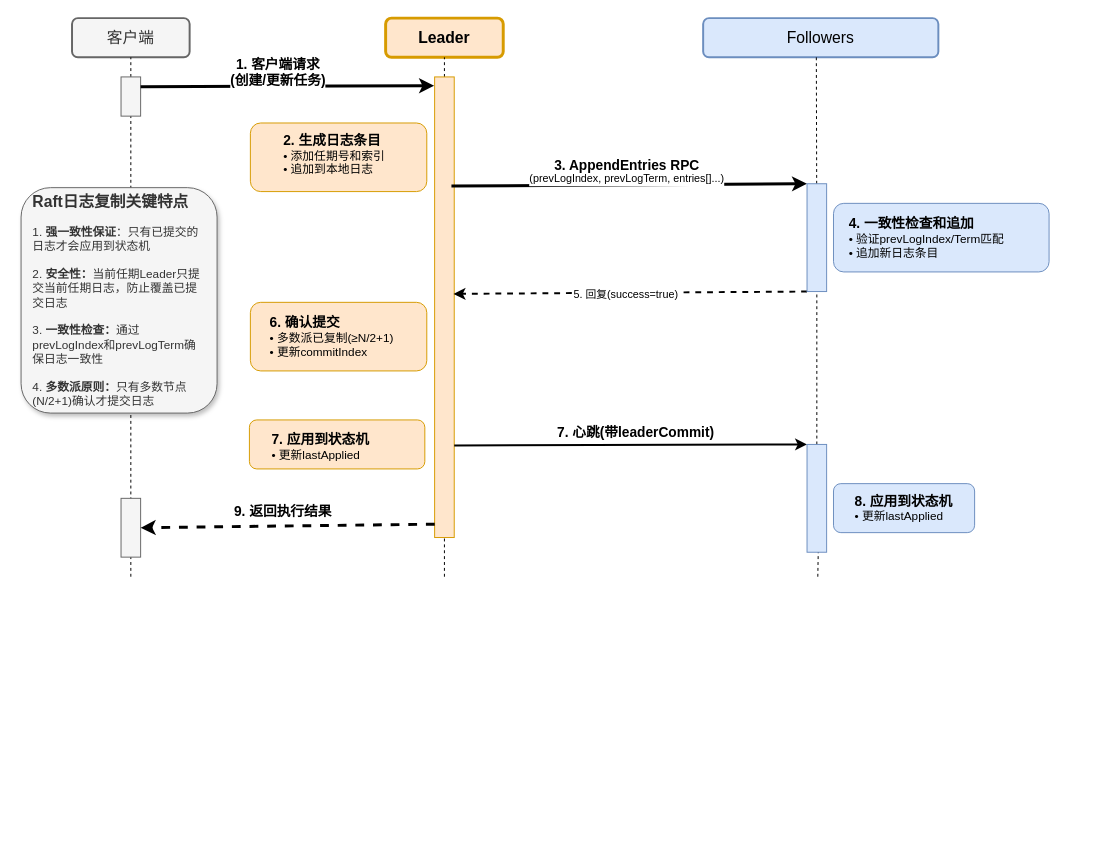
hanzug/draw.io keeps this draw.io diagram as projects/raft日志复制.drawio. Above is the earlier version. Source tidied: cells renumbered, new cells numbered last; positions are measured from the earlier drawing's top-left corner, leaving out a move shared by most shapes. Both pictures are drawn from the tidied source at 98%, with x=0, y=0 at pixel (21, 18).
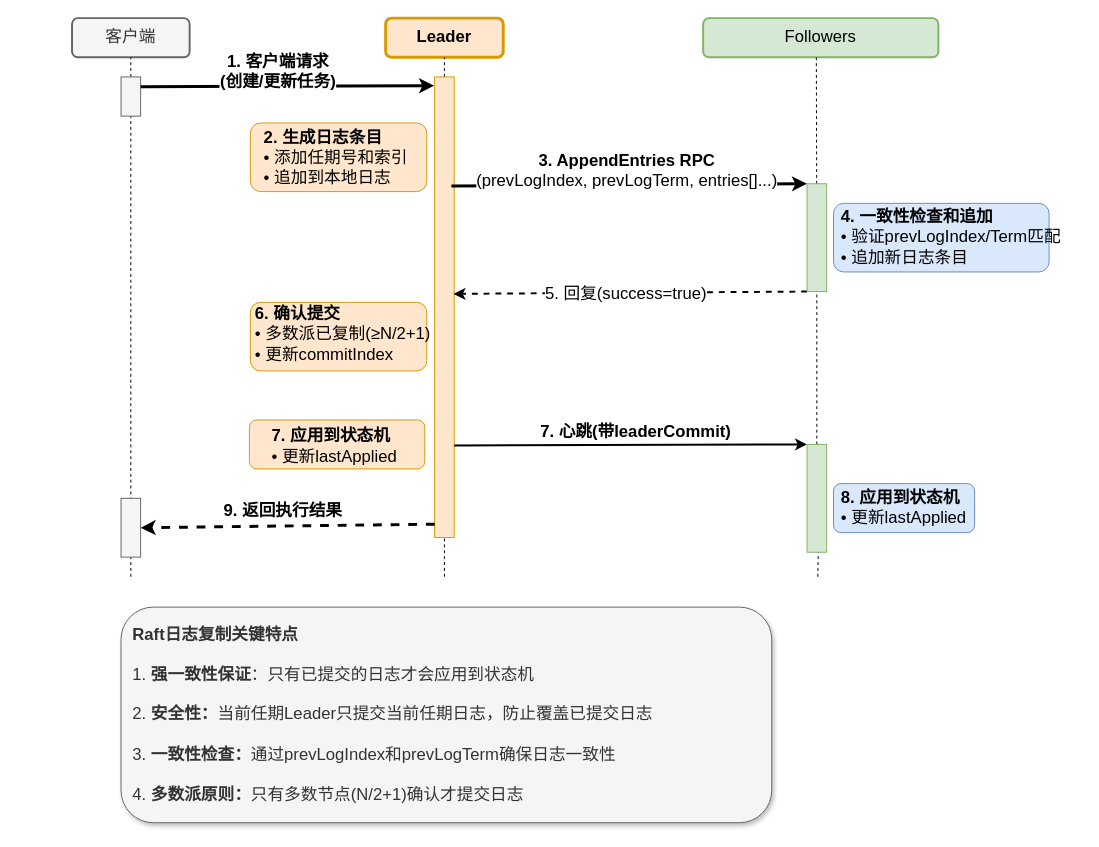
After the change.

Commit message:
更新raft日志复制.drawio

What changed in the source:
```diff
@@
-    <mxCell id="2" value="&lt;font style=&quot;font-size: 16px;&quot;&gt;客户端&lt;/font&gt;" style="rounded=1;whiteSpace=wrap;html=1;fillColor=#f5f5f5;strokeColor=#666666;fontColor=#333333;strokeWidth=2;" parent="1" vertex="1">
+    <mxCell id="2" value="&lt;font&gt;客户端&lt;/font&gt;" style="rounded=1;whiteSpace=wrap;html=1;fillColor=#f5f5f5;strokeColor=#666666;fontColor=#333333;strokeWidth=2;fontSize=17;" parent="1" vertex="1">
       <mxGeometry x="52" width="120" height="40" as="geometry" />
     </mxCell>
-    <mxCell id="3" value="&lt;font style=&quot;font-size: 16px;&quot;&gt;&lt;b&gt;Leader&lt;/b&gt;&lt;/font&gt;" style="rounded=1;whiteSpace=wrap;html=1;fillColor=#ffe6cc;strokeColor=#d79b00;strokeWidth=3;" parent="1" vertex="1">
+    <mxCell id="3" value="&lt;font&gt;&lt;b&gt;Leader&lt;/b&gt;&lt;/font&gt;" style="rounded=1;whiteSpace=wrap;html=1;fillColor=#ffe6cc;strokeColor=#d79b00;strokeWidth=3;fontSize=17;" parent="1" vertex="1">
       <mxGeometry x="372" width="120" height="40" as="geometry" />
     </mxCell>
-    <mxCell id="4" value="&lt;font style=&quot;font-size: 16px;&quot;&gt;Followers&lt;/font&gt;" style="rounded=1;whiteSpace=wrap;html=1;fillColor=#dae8fc;strokeColor=#6c8ebf;strokeWidth=2;" parent="1" vertex="1">
+    <mxCell id="4" value="&lt;font&gt;Followers&lt;/font&gt;" style="rounded=1;whiteSpace=wrap;html=1;fillColor=#d5e8d4;strokeColor=#82b366;strokeWidth=2;fontSize=17;" parent="1" vertex="1">
       <mxGeometry x="696" width="240" height="40" as="geometry" />
     </mxCell>
-    <mxCell id="5" style="endArrow=none;dashed=1;html=1;rounded=0;entryX=0.5;entryY=1;entryDx=0;entryDy=0;strokeWidth=1;" parent="1" edge="1" target="2">
+    <mxCell id="5" style="endArrow=none;dashed=1;html=1;rounded=0;entryX=0.5;entryY=1;entryDx=0;entryDy=0;strokeWidth=1;fontSize=17;" parent="1" edge="1" target="2">
       <mxGeometry relative="1" as="geometry">
         <mxPoint x="112" y="570" as="sourcePoint" />
       </mxGeometry>
     </mxCell>
-    <mxCell id="6" style="endArrow=none;dashed=1;html=1;rounded=0;entryX=0.5;entryY=1;entryDx=0;entryDy=0;strokeWidth=1;" parent="1" edge="1" target="3">
+    <mxCell id="6" style="endArrow=none;dashed=1;html=1;rounded=0;entryX=0.5;entryY=1;entryDx=0;entryDy=0;strokeWidth=1;fontSize=17;" parent="1" edge="1" target="3">
       <mxGeometry relative="1" as="geometry">
         <mxPoint x="432" y="570" as="sourcePoint" />
       </mxGeometry>
     </mxCell>
-    <mxCell id="7" style="endArrow=none;dashed=1;html=1;rounded=0;entryX=0.25;entryY=1;entryDx=0;entryDy=0;strokeWidth=1;" parent="1" edge="1" source="33">
+    <mxCell id="7" style="endArrow=none;dashed=1;html=1;rounded=0;entryX=0.25;entryY=1;entryDx=0;entryDy=0;strokeWidth=1;fontSize=17;" parent="1" edge="1" source="33">
       <mxGeometry relative="1" as="geometry">
         <mxPoint x="811.5" y="40" as="targetPoint" />
       </mxGeometry>
     </mxCell>
-    <mxCell id="8" style="rounded=0;whiteSpace=wrap;html=1;fontSize=12;fillColor=#f5f5f5;strokeColor=#666666;fontColor=#333333;" parent="1" vertex="1">
+    <mxCell id="8" style="rounded=0;whiteSpace=wrap;html=1;fontSize=17;fillColor=#f5f5f5;strokeColor=#666666;fontColor=#333333;" parent="1" vertex="1">
       <mxGeometry x="102" y="60" width="20" height="40" as="geometry" />
     </mxCell>
-    <mxCell id="9" style="rounded=0;whiteSpace=wrap;html=1;fontSize=12;fillColor=#ffe6cc;strokeColor=#d79b00;" parent="1" vertex="1">
+    <mxCell id="9" style="rounded=0;whiteSpace=wrap;html=1;fontSize=17;fillColor=#ffe6cc;strokeColor=#d79b00;" parent="1" vertex="1">
       <mxGeometry x="422" y="60" width="20" height="470" as="geometry" />
     </mxCell>
-    <mxCell id="10" style="endArrow=classic;html=1;rounded=0;fontSize=14;exitX=1;exitY=0.25;exitDx=0;exitDy=0;entryX=-0.026;entryY=0.019;entryDx=0;entryDy=0;strokeWidth=3;entryPerimeter=0;" parent="1" edge="1" source="8" target="9">
+    <mxCell id="10" style="endArrow=classic;html=1;rounded=0;fontSize=17;exitX=1;exitY=0.25;exitDx=0;exitDy=0;entryX=-0.026;entryY=0.019;entryDx=0;entryDy=0;strokeWidth=3;entryPerimeter=0;" parent="1" edge="1" source="8" target="9">
       <mxGeometry relative="1" as="geometry" />
     </mxCell>
-    <mxCell id="11" value="&lt;font style=&quot;font-size: 14px;&quot;&gt;&lt;b&gt;1. 客户端请求&lt;br&gt;(创建/更新任务)&lt;/b&gt;&lt;/font&gt;" style="edgeLabel;html=1;align=center;verticalAlign=middle;" parent="10" vertex="1">
+    <mxCell id="11" value="&lt;font&gt;&lt;b&gt;1. 客户端请求&lt;br&gt;(创建/更新任务)&lt;/b&gt;&lt;/font&gt;" style="edgeLabel;html=1;align=center;verticalAlign=middle;fontSize=17;" parent="10" vertex="1">
       <mxGeometry x="-0.24" y="2" relative="1" as="geometry">
         <mxPoint x="26" y="-13" as="offset" />
       </mxGeometry>
     </mxCell>
-    <mxCell id="12" style="rounded=1;whiteSpace=wrap;html=1;fontSize=12;fillColor=#ffe6cc;strokeColor=#d79b00;align=left;spacingLeft=5;spacingRight=5;" parent="1" vertex="1">
+    <mxCell id="12" style="rounded=1;whiteSpace=wrap;html=1;fontSize=17;fillColor=#ffe6cc;strokeColor=#d79b00;align=left;spacingLeft=5;spacingRight=5;" parent="1" vertex="1">
       <mxGeometry x="234" y="107" width="180" height="70" as="geometry" />
     </mxCell>
-    <mxCell id="13" value="&lt;font style=&quot;font-size: 14px;&quot;&gt;&lt;b&gt;2. 生成日志条目&lt;/b&gt;&lt;/font&gt;&lt;br&gt;• 添加任期号和索引&lt;br&gt;• 追加到本地日志" style="text;html=1;strokeColor=none;fillColor=none;align=left;verticalAlign=middle;whiteSpace=wrap;rounded=0;" parent="1" vertex="1">
-      <mxGeometry x="266" y="109" width="160" height="60" as="geometry" />
+    <mxCell id="13" value="&lt;font&gt;&lt;b&gt;2. 生成日志条目&lt;/b&gt;&lt;/font&gt;&lt;br&gt;• 添加任期号和索引&lt;br&gt;• 追加到本地日志" style="text;html=1;strokeColor=none;fillColor=none;align=left;verticalAlign=middle;whiteSpace=wrap;rounded=0;fontSize=17;" parent="1" vertex="1">
+      <mxGeometry x="246" y="113" width="160" height="60" as="geometry" />
     </mxCell>
-    <mxCell id="14" style="endArrow=classic;html=1;rounded=0;fontSize=12;exitX=0.859;exitY=0.237;exitDx=0;exitDy=0;entryX=0;entryY=0;entryDx=0;entryDy=0;strokeWidth=3;exitPerimeter=0;" parent="1" edge="1" source="9" target="33">
+    <mxCell id="14" style="endArrow=classic;html=1;rounded=0;fontSize=17;exitX=0.859;exitY=0.237;exitDx=0;exitDy=0;entryX=0;entryY=0;entryDx=0;entryDy=0;strokeWidth=3;exitPerimeter=0;" parent="1" edge="1" source="9" target="33">
       <mxGeometry relative="1" as="geometry" />
     </mxCell>
-    <mxCell id="15" value="&lt;b&gt;&lt;font style=&quot;font-size: 14px;&quot;&gt;3. AppendEntries RPC&lt;/font&gt;&lt;/b&gt;&lt;br&gt;(prevLogIndex, prevLogTerm, entries[]...)" style="edgeLabel;html=1;align=center;verticalAlign=middle;" parent="14" vertex="1">
+    <mxCell id="15" value="&lt;b&gt;&lt;font&gt;3. AppendEntries RPC&lt;/font&gt;&lt;/b&gt;&lt;br&gt;(prevLogIndex, prevLogTerm, entries[]...)" style="edgeLabel;html=1;align=center;verticalAlign=middle;fontSize=17;" parent="14" vertex="1">
       <mxGeometry x="-0.11" y="-1" relative="1" as="geometry">
         <mxPoint x="17" y="-16" as="offset" />
       </mxGeometry>
     </mxCell>
-    <mxCell id="16" style="rounded=1;whiteSpace=wrap;html=1;fontSize=12;fillColor=#dae8fc;strokeColor=#6c8ebf;align=left;spacingLeft=5;spacingRight=5;" parent="1" vertex="1">
+    <mxCell id="16" style="rounded=1;whiteSpace=wrap;html=1;fontSize=17;fillColor=#dae8fc;strokeColor=#6c8ebf;align=left;spacingLeft=5;spacingRight=5;" parent="1" vertex="1">
       <mxGeometry x="829" y="189" width="220" height="70" as="geometry" />
     </mxCell>
-    <mxCell id="17" value="&lt;b&gt;&lt;font style=&quot;font-size: 14px;&quot;&gt;4. 一致性检查和追加&lt;/font&gt;&lt;/b&gt;&lt;br&gt;• 验证prevLogIndex/Term匹配&lt;br&gt;• 追加新日志条目" style="text;html=1;strokeColor=none;fillColor=none;align=left;verticalAlign=middle;whiteSpace=wrap;rounded=0;" parent="1" vertex="1">
-      <mxGeometry x="843" y="194" width="200" height="60" as="geometry" />
+    <mxCell id="17" value="&lt;b&gt;&lt;font&gt;4. 一致性检查和追加&lt;/font&gt;&lt;/b&gt;&lt;br&gt;• 验证prevLogIndex/Term匹配&lt;br&gt;• 追加新日志条目" style="text;html=1;strokeColor=none;fillColor=none;align=left;verticalAlign=middle;whiteSpace=wrap;rounded=0;fontSize=17;" parent="1" vertex="1">
+      <mxGeometry x="835" y="183.5" width="248" height="81" as="geometry" />
     </mxCell>
-    <mxCell id="18" style="endArrow=classic;html=1;rounded=0;fontSize=12;exitX=0;exitY=1;exitDx=0;exitDy=0;entryX=0.966;entryY=0.471;entryDx=0;entryDy=0;dashed=1;strokeWidth=2;entryPerimeter=0;" parent="1" edge="1" source="33" target="9">
+    <mxCell id="18" style="endArrow=classic;html=1;rounded=0;fontSize=17;exitX=0;exitY=1;exitDx=0;exitDy=0;entryX=0.966;entryY=0.471;entryDx=0;entryDy=0;dashed=1;strokeWidth=2;entryPerimeter=0;" parent="1" edge="1" source="33" target="9">
       <mxGeometry relative="1" as="geometry" />
     </mxCell>
-    <mxCell id="19" value="5. 回复(success=true)" style="edgeLabel;html=1;align=center;verticalAlign=middle;" parent="18" vertex="1">
+    <mxCell id="19" value="5. 回复(success=true)" style="edgeLabel;html=1;align=center;verticalAlign=middle;fontSize=17;" parent="18" vertex="1">
       <mxGeometry x="0.12" y="1" relative="1" as="geometry">
         <mxPoint x="16" as="offset" />
       </mxGeometry>
     </mxCell>
-    <mxCell id="20" style="rounded=1;whiteSpace=wrap;html=1;fontSize=12;fillColor=#ffe6cc;strokeColor=#d79b00;align=left;spacingLeft=5;spacingRight=5;" parent="1" vertex="1">
+    <mxCell id="20" style="rounded=1;whiteSpace=wrap;html=1;fontSize=17;fillColor=#ffe6cc;strokeColor=#d79b00;align=left;spacingLeft=5;spacingRight=5;" parent="1" vertex="1">
       <mxGeometry x="234" y="290" width="180" height="70" as="geometry" />
     </mxCell>
-    <mxCell id="21" value="&lt;b&gt;&lt;font style=&quot;font-size: 14px;&quot;&gt;6. 确认提交&lt;/font&gt;&lt;/b&gt;&lt;br&gt;• 多数派已复制(≥N/2+1)&lt;br&gt;• 更新commitIndex" style="text;html=1;strokeColor=none;fillColor=none;align=left;verticalAlign=middle;whiteSpace=wrap;rounded=0;" parent="1" vertex="1">
-      <mxGeometry x="252" y="295" width="160" height="60" as="geometry" />
+    <mxCell id="21" value="&lt;b&gt;&lt;font&gt;6. 确认提交&lt;/font&gt;&lt;/b&gt;&lt;br&gt;• 多数派已复制(≥N/2+1)&lt;br&gt;• 更新commitIndex" style="text;html=1;strokeColor=none;fillColor=none;align=left;verticalAlign=middle;whiteSpace=wrap;rounded=0;fontSize=17;" parent="1" vertex="1">
+      <mxGeometry x="237" y="279" width="185" height="88" as="geometry" />
     </mxCell>
-    <mxCell id="22" style="endArrow=classic;html=1;rounded=0;fontSize=12;exitX=1;exitY=0.8;exitDx=0;exitDy=0;entryX=0;entryY=0;entryDx=0;entryDy=0;strokeWidth=2;exitPerimeter=0;" parent="1" edge="1" source="9" target="35">
+    <mxCell id="22" style="endArrow=classic;html=1;rounded=0;fontSize=17;exitX=1;exitY=0.8;exitDx=0;exitDy=0;entryX=0;entryY=0;entryDx=0;entryDy=0;strokeWidth=2;exitPerimeter=0;" parent="1" edge="1" source="9" target="35">
       <mxGeometry relative="1" as="geometry" />
     </mxCell>
-    <mxCell id="23" value="&lt;b&gt;&lt;font style=&quot;font-size: 14px;&quot;&gt;7. 心跳(带leaderCommit)&lt;/font&gt;&lt;/b&gt;" style="edgeLabel;html=1;align=center;verticalAlign=middle;" parent="22" vertex="1">
+    <mxCell id="23" value="&lt;b&gt;&lt;font&gt;7. 心跳(带leaderCommit)&lt;/font&gt;&lt;/b&gt;" style="edgeLabel;html=1;align=center;verticalAlign=middle;fontSize=17;" parent="22" vertex="1">
       <mxGeometry x="-0.22" relative="1" as="geometry">
         <mxPoint x="45" y="-13" as="offset" />
       </mxGeometry>
     </mxCell>
-    <mxCell id="24" style="rounded=1;whiteSpace=wrap;html=1;fontSize=12;fillColor=#ffe6cc;strokeColor=#d79b00;align=left;spacingLeft=5;spacingRight=5;" parent="1" vertex="1">
+    <mxCell id="24" style="rounded=1;whiteSpace=wrap;html=1;fontSize=17;fillColor=#ffe6cc;strokeColor=#d79b00;align=left;spacingLeft=5;spacingRight=5;" parent="1" vertex="1">
       <mxGeometry x="233" y="410" width="179" height="50" as="geometry" />
     </mxCell>
-    <mxCell id="25" value="&lt;b&gt;&lt;font style=&quot;font-size: 14px;&quot;&gt;7. 应用到状态机&lt;/font&gt;&lt;/b&gt;&lt;br&gt;• 更新lastApplied" style="text;html=1;strokeColor=none;fillColor=none;align=left;verticalAlign=middle;whiteSpace=wrap;rounded=0;" parent="1" vertex="1">
+    <mxCell id="25" value="&lt;b&gt;&lt;font&gt;7. 应用到状态机&lt;/font&gt;&lt;/b&gt;&lt;br&gt;• 更新lastApplied" style="text;html=1;strokeColor=none;fillColor=none;align=left;verticalAlign=middle;whiteSpace=wrap;rounded=0;fontSize=17;" parent="1" vertex="1">
       <mxGeometry x="254" y="417" width="160" height="40" as="geometry" />
     </mxCell>
-    <mxCell id="26" style="rounded=1;whiteSpace=wrap;html=1;fontSize=12;fillColor=#dae8fc;strokeColor=#6c8ebf;align=left;spacingLeft=5;spacingRight=5;" parent="1" vertex="1">
+    <mxCell id="26" style="rounded=1;whiteSpace=wrap;html=1;fontSize=17;fillColor=#dae8fc;strokeColor=#6c8ebf;align=left;spacingLeft=5;spacingRight=5;" parent="1" vertex="1">
       <mxGeometry x="829" y="475" width="144" height="50" as="geometry" />
     </mxCell>
-    <mxCell id="27" value="&lt;b&gt;&lt;font style=&quot;font-size: 14px;&quot;&gt;8. 应用到状态机&lt;/font&gt;&lt;/b&gt;&lt;br&gt;• 更新lastApplied" style="text;html=1;strokeColor=none;fillColor=none;align=left;verticalAlign=middle;whiteSpace=wrap;rounded=0;" parent="1" vertex="1">
-      <mxGeometry x="849" y="480" width="160" height="40" as="geometry" />
+    <mxCell id="27" value="&lt;b&gt;&lt;font&gt;8. 应用到状态机&lt;/font&gt;&lt;/b&gt;&lt;br&gt;• 更新lastApplied" style="text;html=1;strokeColor=none;fillColor=none;align=left;verticalAlign=middle;whiteSpace=wrap;rounded=0;fontSize=17;" parent="1" vertex="1">
+      <mxGeometry x="835" y="480" width="160" height="40" as="geometry" />
     </mxCell>
-    <mxCell id="28" style="rounded=0;whiteSpace=wrap;html=1;fontSize=12;fillColor=#f5f5f5;strokeColor=#666666;fontColor=#333333;" parent="1" vertex="1">
+    <mxCell id="28" style="rounded=0;whiteSpace=wrap;html=1;fontSize=17;fillColor=#f5f5f5;strokeColor=#666666;fontColor=#333333;" parent="1" vertex="1">
       <mxGeometry x="102" y="490" width="20" height="60" as="geometry" />
     </mxCell>
-    <mxCell id="29" style="endArrow=classic;html=1;rounded=0;fontSize=12;exitX=0.005;exitY=0.971;exitDx=0;exitDy=0;entryX=1;entryY=0.5;entryDx=0;entryDy=0;dashed=1;strokeWidth=3;exitPerimeter=0;" parent="1" edge="1" source="9" target="28">
+    <mxCell id="29" style="endArrow=classic;html=1;rounded=0;fontSize=17;exitX=0.005;exitY=0.971;exitDx=0;exitDy=0;entryX=1;entryY=0.5;entryDx=0;entryDy=0;dashed=1;strokeWidth=3;exitPerimeter=0;" parent="1" edge="1" source="9" target="28">
       <mxGeometry relative="1" as="geometry" />
     </mxCell>
-    <mxCell id="30" value="&lt;b&gt;&lt;font style=&quot;font-size: 14px;&quot;&gt;9. 返回执行结果&lt;/font&gt;&lt;/b&gt;" style="edgeLabel;html=1;align=center;verticalAlign=middle;" parent="29" vertex="1">
+    <mxCell id="30" value="&lt;b&gt;&lt;font&gt;9. 返回执行结果&lt;/font&gt;&lt;/b&gt;" style="edgeLabel;html=1;align=center;verticalAlign=middle;fontSize=17;" parent="29" vertex="1">
       <mxGeometry x="0.31" y="-1" relative="1" as="geometry">
         <mxPoint x="41" y="-14" as="offset" />
       </mxGeometry>
     </mxCell>
-    <mxCell id="31" value="&lt;b&gt;&lt;font style=&quot;font-size: 16px;&quot;&gt;Raft日志复制关键特点&lt;/font&gt;&lt;/b&gt;&lt;br&gt;&lt;br&gt;1. &lt;b&gt;强一致性保证&lt;/b&gt;：只有已提交的日志才会应用到状态机&lt;br&gt;&lt;br&gt;2. &lt;b&gt;安全性：&lt;/b&gt;当前任期Leader只提交当前任期日志，防止覆盖已提交日志&lt;br&gt;&lt;br&gt;3. &lt;b&gt;一致性检查：&lt;/b&gt;通过prevLogIndex和prevLogTerm确保日志一致性&lt;br&gt;&lt;br&gt;4. &lt;b&gt;多数派原则：&lt;/b&gt;只有多数节点(N/2+1)确认才提交日志" style="rounded=1;whiteSpace=wrap;html=1;fillColor=#f5f5f5;strokeColor=#666666;fontColor=#333333;align=left;spacingLeft=10;spacingRight=10;shadow=1;" parent="1" vertex="1">
-      <mxGeometry y="173" width="200" height="230" as="geometry" />
+    <mxCell id="31" value="&lt;b&gt;&lt;font&gt;Raft日志复制关键特点&lt;/font&gt;&lt;/b&gt;&lt;br&gt;&lt;br&gt;1. &lt;b&gt;强一致性保证&lt;/b&gt;：只有已提交的日志才会应用到状态机&lt;br&gt;&lt;br&gt;2. &lt;b&gt;安全性：&lt;/b&gt;当前任期Leader只提交当前任期日志，防止覆盖已提交日志&lt;br&gt;&lt;br&gt;3. &lt;b&gt;一致性检查：&lt;/b&gt;通过prevLogIndex和prevLogTerm确保日志一致性&lt;br&gt;&lt;br&gt;4. &lt;b&gt;多数派原则：&lt;/b&gt;只有多数节点(N/2+1)确认才提交日志" style="rounded=1;whiteSpace=wrap;html=1;fillColor=#f5f5f5;strokeColor=#666666;fontColor=#333333;align=left;spacingLeft=10;spacingRight=10;shadow=1;fontSize=17;" parent="1" vertex="1">
+      <mxGeometry x="102" y="601" width="664" height="220" as="geometry" />
     </mxCell>
-    <mxCell id="32" style="endArrow=none;dashed=1;html=1;rounded=0;entryX=0.5;entryY=1;entryDx=0;entryDy=0;strokeWidth=1;" parent="1" edge="1" source="35" target="33">
+    <mxCell id="32" style="endArrow=none;dashed=1;html=1;rounded=0;entryX=0.5;entryY=1;entryDx=0;entryDy=0;strokeWidth=1;fontSize=17;" parent="1" edge="1" source="35" target="33">
       <mxGeometry relative="1" as="geometry" />
     </mxCell>
-    <mxCell id="33" style="rounded=0;whiteSpace=wrap;html=1;fontSize=12;fillColor=#dae8fc;strokeColor=#6c8ebf;" parent="1" vertex="1">
+    <mxCell id="33" style="rounded=0;whiteSpace=wrap;html=1;fontSize=17;fillColor=#d5e8d4;strokeColor=#82b366;" parent="1" vertex="1">
       <mxGeometry x="802" y="169" width="20" height="110" as="geometry" />
     </mxCell>
-    <mxCell id="34" style="endArrow=none;dashed=1;html=1;rounded=0;entryX=0.574;entryY=0.973;entryDx=0;entryDy=0;strokeWidth=1;entryPerimeter=0;" parent="1" edge="1" target="35">
+    <mxCell id="34" style="endArrow=none;dashed=1;html=1;rounded=0;entryX=0.574;entryY=0.973;entryDx=0;entryDy=0;strokeWidth=1;entryPerimeter=0;fontSize=17;" parent="1" edge="1" target="35">
       <mxGeometry relative="1" as="geometry">
         <mxPoint x="813" y="570" as="sourcePoint" />
       </mxGeometry>
     </mxCell>
-    <mxCell id="35" style="rounded=0;whiteSpace=wrap;html=1;fontSize=12;fillColor=#dae8fc;strokeColor=#6c8ebf;" parent="1" vertex="1">
+    <mxCell id="35" style="rounded=0;whiteSpace=wrap;html=1;fontSize=17;fillColor=#d5e8d4;strokeColor=#82b366;" parent="1" vertex="1">
       <mxGeometry x="802" y="435" width="20" height="110" as="geometry" />
     </mxCell>
```
